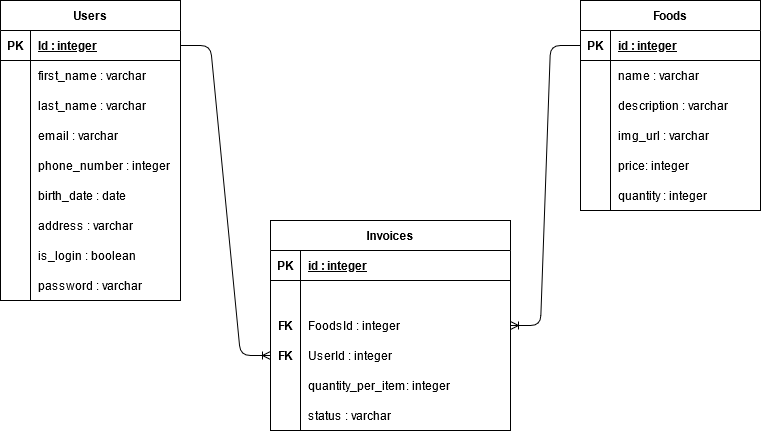
039710/Bakmi_Polim keeps this draw.io diagram as assets/simple_restaurant.png. Above is the earlier version. Source tidied: cells renumbered, new cells last; positions are measured from the earlier drawing's top-left corner, leaving out a move shared by most shapes.
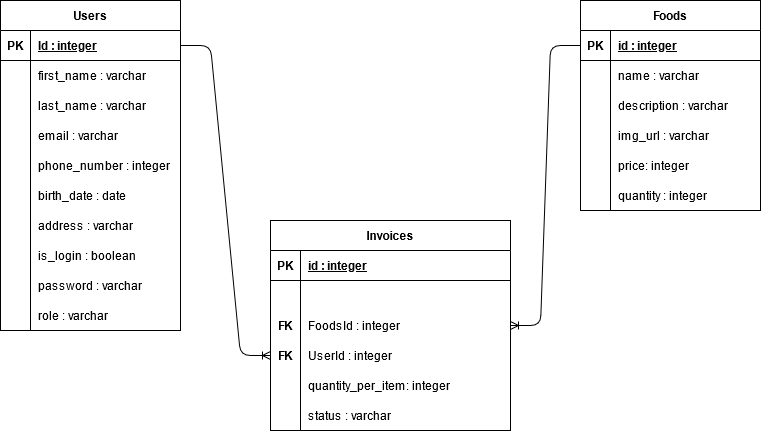
Later version of the same file.

What changed in the source:
```diff
@@ -3,7 +3,7 @@
     <mxCell id="0" />
     <mxCell id="1" parent="0" />
     <mxCell id="2" value="Users" style="shape=table;startSize=30;rowLines=0;fontStyle=1;align=center;" parent="1" vertex="1">
-      <mxGeometry width="180" height="300" as="geometry" />
+      <mxGeometry width="180" height="330" as="geometry" />
     </mxCell>
     <mxCell id="3" style="shape=partialRectangle;fillColor=none;top=0;left=0;bottom=1;right=0;points=[[0,0.5],[1,0.5]];portConstraint=eastwest;" parent="2" vertex="1">
       <mxGeometry y="30" width="180" height="30" as="geometry" />
@@ -86,6 +86,15 @@
     <mxCell id="29" value="password : varchar" style="shape=partialRectangle;fillColor=none;top=0;left=0;bottom=0;right=0;align=left;spacingLeft=6;overflow=hidden;" parent="27" vertex="1">
       <mxGeometry x="30" width="150" height="30" as="geometry" />
     </mxCell>
+    <mxCell id="70" style="shape=partialRectangle;fillColor=none;top=0;left=0;bottom=0;right=0;" parent="2" vertex="1">
+      <mxGeometry y="300" width="180" height="30" as="geometry" />
+    </mxCell>
+    <mxCell id="71" style="shape=partialRectangle;fillColor=none;top=0;left=0;bottom=0;right=0;overflow=hidden;" parent="70" vertex="1">
+      <mxGeometry width="30" height="30" as="geometry" />
+    </mxCell>
+    <mxCell id="72" value="role : varchar" style="shape=partialRectangle;fillColor=none;top=0;left=0;bottom=0;right=0;align=left;spacingLeft=6;overflow=hidden;" parent="70" vertex="1">
+      <mxGeometry x="30" width="150" height="30" as="geometry" />
+    </mxCell>
     <mxCell id="30" value="Foods" style="shape=table;startSize=30;rowLines=0;fontStyle=1;align=center;" parent="1" vertex="1">
       <mxGeometry x="580" width="180" height="210" as="geometry" />
     </mxCell>
```
